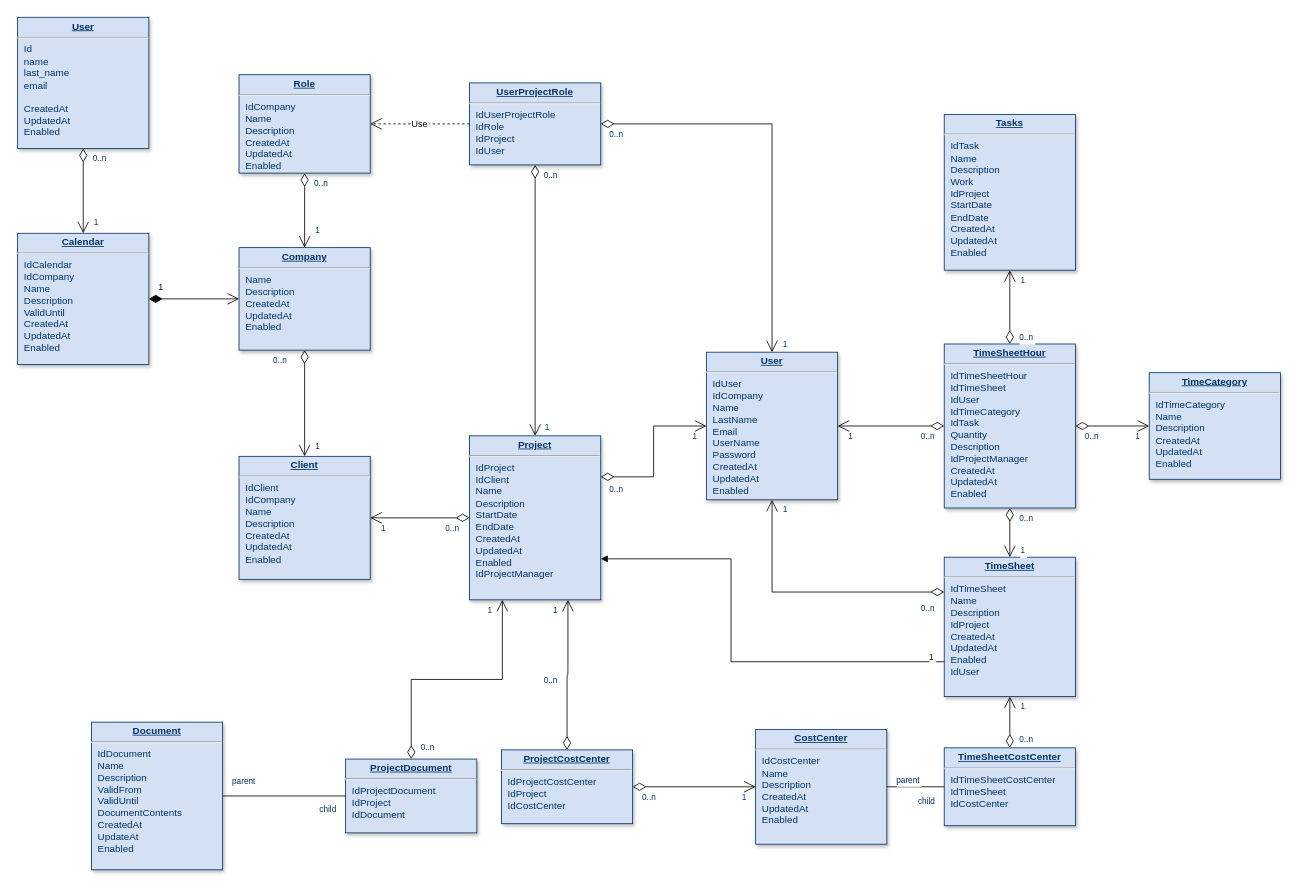
The draw.io diagram Diagrama sin título.drawio in sebsba24/SenaLMS, before the edit. Source tidied: cells renumbered, new cells numbered last; positions are measured from the earlier drawing's top-left corner, leaving out a move shared by most shapes. Both pictures are drawn from the tidied source at 82%, with x=0, y=0 at pixel (17, 17).
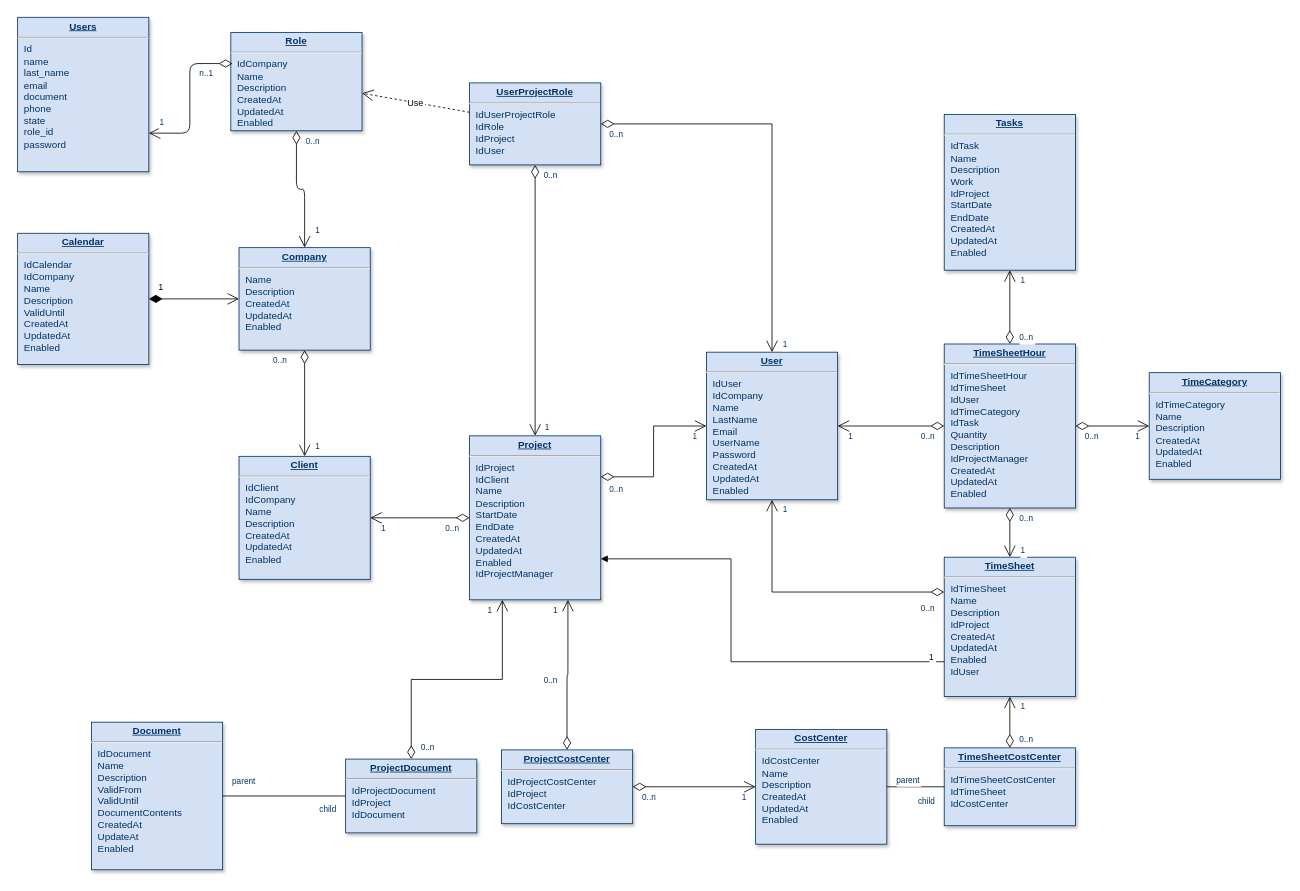
The same page after the edit.

The change refers to these unchanged cells:
```xml
<mxCell id="4" value="&lt;p style=&quot;margin: 0px; margin-top: 4px; text-align: center; text-decoration: underline;&quot;&gt;&lt;strong&gt;Calendar&lt;/strong&gt;&lt;/p&gt;&lt;hr /&gt;&lt;p style=&quot;margin: 0px; margin-left: 8px;&quot;&gt;IdCalendar&lt;/p&gt;&lt;p style=&quot;margin: 0px; margin-left: 8px;&quot;&gt;IdCompany&lt;/p&gt;&lt;p style=&quot;margin: 0px; margin-left: 8px;&quot;&gt;Name&lt;/p&gt;&lt;p style=&quot;margin: 0px; margin-left: 8px;&quot;&gt;Description&lt;/p&gt;&lt;p style=&quot;margin: 0px; margin-left: 8px;&quot;&gt;ValidUntil&lt;/p&gt;&lt;p style=&quot;margin: 0px; margin-left: 8px;&quot;&gt;CreatedAt&lt;/p&gt;&lt;p style=&quot;margin: 0px; margin-left: 8px;&quot;&gt;UpdatedAt&lt;/p&gt;&lt;p style=&quot;margin: 0px; margin-left: 8px;&quot;&gt;Enabled&lt;/p&gt;" style="verticalAlign=top;align=left;overflow=fill;fontSize=12;fontFamily=Helvetica;html=1;strokeColor=#003366;shadow=1;fillColor=#D4E1F5;fontColor=#003366;" parent="1" vertex="1">
  <mxGeometry y="263" width="160" height="160" as="geometry" />
</mxCell>
```

Diff of the diagram source:
```diff
@@
     <mxCell id="2" value="&lt;p style=&quot;margin: 0px; margin-top: 4px; text-align: center; text-decoration: underline;&quot;&gt;&lt;strong&gt;Role&lt;/strong&gt;&lt;/p&gt;&lt;hr /&gt;&lt;p style=&quot;margin: 0px; margin-left: 8px;&quot;&gt;IdCompany&lt;br /&gt;Name&lt;/p&gt;&lt;p style=&quot;margin: 0px; margin-left: 8px;&quot;&gt;Description&lt;/p&gt;&lt;p style=&quot;margin: 0px; margin-left: 8px;&quot;&gt;CreatedAt&lt;/p&gt;&lt;p style=&quot;margin: 0px; margin-left: 8px;&quot;&gt;UpdatedAt&lt;/p&gt;&lt;p style=&quot;margin: 0px; margin-left: 8px;&quot;&gt;Enabled&lt;/p&gt;" style="verticalAlign=top;align=left;overflow=fill;fontSize=12;fontFamily=Helvetica;html=1;strokeColor=#003366;shadow=1;fillColor=#D4E1F5;fontColor=#003366;" parent="1" vertex="1">
-      <mxGeometry x="270" y="69.6" width="160" height="120" as="geometry" />
+      <mxGeometry x="260" y="18" width="160" height="120" as="geometry" />
     </mxCell>
@@
-    <mxCell id="8" value="&lt;p style=&quot;margin: 0px; margin-top: 4px; text-align: center; text-decoration: underline;&quot;&gt;&lt;b&gt;User&lt;/b&gt;&lt;/p&gt;&lt;hr&gt;&lt;p style=&quot;margin: 0px; margin-left: 8px;&quot;&gt;Id&lt;/p&gt;&lt;p style=&quot;margin: 0px; margin-left: 8px;&quot;&gt;name&lt;/p&gt;&lt;p style=&quot;margin: 0px; margin-left: 8px;&quot;&gt;last_name&lt;/p&gt;&lt;p style=&quot;margin: 0px; margin-left: 8px;&quot;&gt;email&lt;/p&gt;&lt;p style=&quot;margin: 0px; margin-left: 8px;&quot;&gt;&lt;br&gt;&lt;/p&gt;&lt;p style=&quot;margin: 0px; margin-left: 8px;&quot;&gt;CreatedAt&lt;/p&gt;&lt;p style=&quot;margin: 0px; margin-left: 8px;&quot;&gt;UpdatedAt&lt;/p&gt;&lt;p style=&quot;margin: 0px; margin-left: 8px;&quot;&gt;Enabled&lt;/p&gt;" style="verticalAlign=top;align=left;overflow=fill;fontSize=12;fontFamily=Helvetica;html=1;strokeColor=#003366;shadow=1;fillColor=#D4E1F5;fontColor=#003366;" parent="1" vertex="1">
-      <mxGeometry y="-0.4" width="160" height="160" as="geometry" />
+    <mxCell id="8" value="&lt;p style=&quot;margin: 0px; margin-top: 4px; text-align: center; text-decoration: underline;&quot;&gt;&lt;b&gt;Users&lt;/b&gt;&lt;/p&gt;&lt;hr&gt;&lt;p style=&quot;margin: 0px; margin-left: 8px;&quot;&gt;Id&lt;/p&gt;&lt;p style=&quot;margin: 0px; margin-left: 8px;&quot;&gt;name&lt;/p&gt;&lt;p style=&quot;margin: 0px; margin-left: 8px;&quot;&gt;last_name&lt;/p&gt;&lt;p style=&quot;margin: 0px; margin-left: 8px;&quot;&gt;email&lt;/p&gt;&lt;p style=&quot;margin: 0px; margin-left: 8px;&quot;&gt;document&lt;/p&gt;&lt;p style=&quot;margin: 0px; margin-left: 8px;&quot;&gt;phone&lt;/p&gt;&lt;p style=&quot;margin: 0px; margin-left: 8px;&quot;&gt;state&lt;/p&gt;&lt;p style=&quot;margin: 0px; margin-left: 8px;&quot;&gt;role_id&lt;/p&gt;&lt;p style=&quot;margin: 0px; margin-left: 8px;&quot;&gt;password&lt;/p&gt;" style="verticalAlign=top;align=left;overflow=fill;fontSize=12;fontFamily=Helvetica;html=1;strokeColor=#003366;shadow=1;fillColor=#D4E1F5;fontColor=#003366;" parent="1" vertex="1">
+      <mxGeometry y="-0.4" width="160" height="188.4" as="geometry" />
     </mxCell>
@@
-    <mxCell id="61" style="endArrow=open;endSize=12;startArrow=diamondThin;startSize=14;startFill=0;edgeStyle=orthogonalEdgeStyle;" parent="1" edge="1" source="8" target="4">
+    <mxCell id="61" style="endArrow=open;endSize=12;startArrow=diamondThin;startSize=14;startFill=0;edgeStyle=orthogonalEdgeStyle;entryX=1;entryY=0.75;entryDx=0;entryDy=0;exitX=0.013;exitY=0.317;exitDx=0;exitDy=0;exitPerimeter=0;" parent="1" edge="1" source="2" target="8">
       <mxGeometry x="620" y="340" as="geometry" />
     </mxCell>
-    <mxCell id="62" value="0..n" style="align=left;verticalAlign=top;labelBackgroundColor=#ffffff;fontSize=10;strokeColor=#003366;shadow=1;fillColor=#D4E1F5;fontColor=#003366;" parent="61" vertex="1">
+    <mxCell id="62" value="n..1" style="align=left;verticalAlign=top;labelBackgroundColor=#ffffff;fontSize=10;strokeColor=#003366;shadow=1;fillColor=#D4E1F5;fontColor=#003366;" parent="61" vertex="1">
       <mxGeometry x="-1" relative="1" as="geometry">
-        <mxPoint x="10" as="offset" />
+        <mxPoint x="-42" as="offset" />
       </mxGeometry>
     </mxCell>
```
